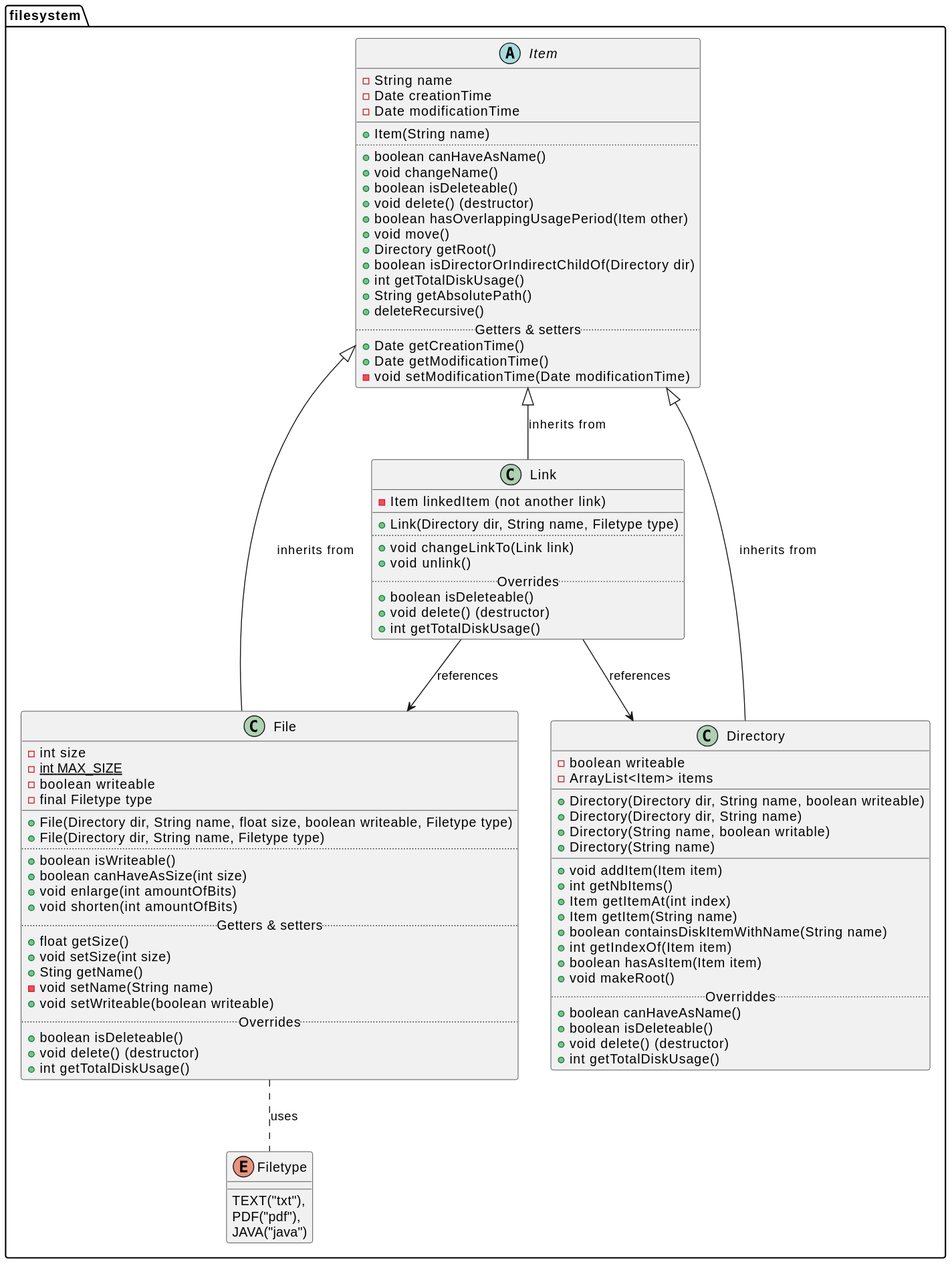
Earlier version of the PlantUML export class-diagram/classdiagram.svg (vanschependom/KULAK_ogp-practicum2). The source it was exported from:
```plantuml
@startuml
package filesystem {

abstract Item {
    - String name
    - Date creationTime
    - Date modificationTime
__
    + Item(String name)
..
    + boolean canHaveAsName()
    + void changeName()
    + boolean isDeleteable()
    + void delete() (destructor)
    + boolean hasOverlappingUsagePeriod(Item other)
    + void move()
    + Directory getRoot()
    + boolean isDirectorOrIndirectChildOf(Directory dir)
    + int getTotalDiskUsage()
    + String getAbsolutePath()
    + deleteRecursive()
..Getters & setters..
    + Date getCreationTime()
    + Date getModificationTime()
    - void setModificationTime(Date modificationTime)
}

class File {
    - int size
    - {static} int MAX_SIZE
    - boolean writeable
    - final Filetype type
__
    + File(Directory dir, String name, float size, boolean writeable, Filetype type)
    + File(Directory dir, String name, Filetype type)
..
    + boolean isWriteable()
    + boolean canHaveAsSize(int size)
    + void enlarge(int amountOfBits)
    + void shorten(int amountOfBits)
..Getters & setters..
    + float getSize()
    + void setSize(int size)
    + Sting getName()
    - void setName(String name)
    + void setWriteable(boolean writeable)
..Overrides..
    + boolean isDeleteable()
    + void delete() (destructor)
    + int getTotalDiskUsage()
}

enum Filetype {
    TEXT("txt"),
    PDF("pdf"),
    JAVA("java")
}

class Directory {
    - boolean writeable
    - ArrayList<Item> items
__
    + Directory(Directory dir, String name, boolean writeable)
    + Directory(Directory dir, String name)
    + Directory(String name, boolean writable)
    + Directory(String name)
__
    + void addItem(Item item)
    + int getNbItems()
    + Item getItemAt(int index)
    + Item getItem(String name)
    + boolean containsDiskItemWithName(String name)
    + int getIndexOf(Item item)
    + boolean hasAsItem(Item item)
    + void makeRoot()
.. Overriddes ..
    + boolean canHaveAsName()
    + boolean isDeleteable()
    + void delete() (destructor)
    + int getTotalDiskUsage()
}

class Link {
    - Item linkedItem (not another link)
__
    + Link(Directory dir, String name, Filetype type)
..
    + void changeLinkTo(Link link)
    + void unlink()
..Overrides..
    + boolean isDeleteable()
    + void delete() (destructor)
    + int getTotalDiskUsage()
}

Item <|-- Link: inherits from
Item <|-- File: inherits from
Item <|-- Directory: inherits from

File .. Filetype: uses

Link --> File: references
Link --> Directory: references

}
@enduml
```
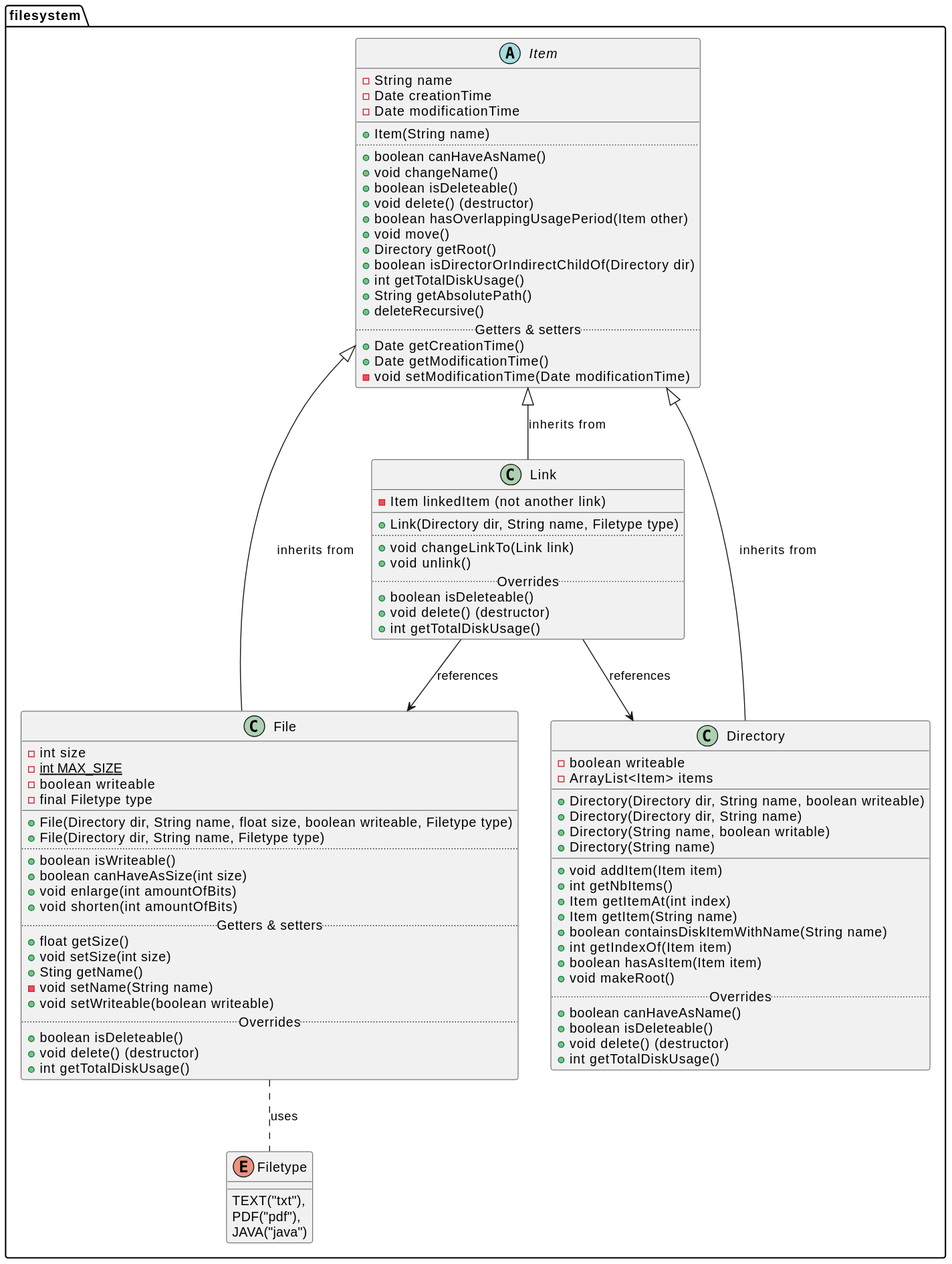
Later version of the same file.

What changed in the source:
```diff
@@ -73,7 +73,7 @@
     + int getIndexOf(Item item)
     + boolean hasAsItem(Item item)
     + void makeRoot()
-.. Overriddes ..
+.. Overrides ..
     + boolean canHaveAsName()
     + boolean isDeleteable()
     + void delete() (destructor)
```
